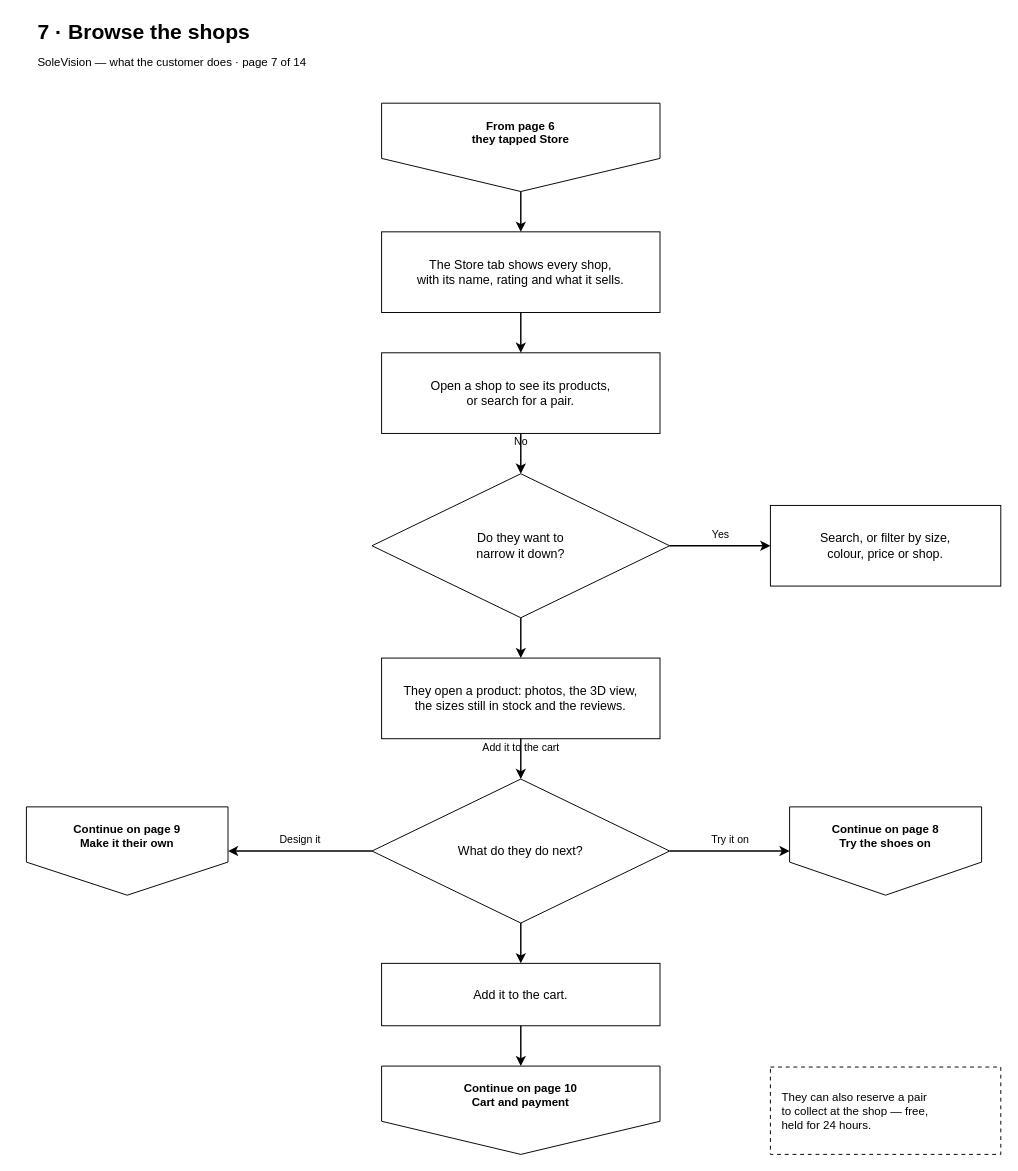
This is page "7 Browse the shops" (7 of 13) of docs/diagrams/customer-journey-flowchart.drawio from kibs06/CUF, a draw.io file, before an edit. Source tidied: cells renumbered, new cells numbered last; positions are measured from the earlier drawing's top-left corner, leaving out a move shared by most shapes. Both pictures are drawn from the tidied source at 96%, with x=0, y=0 at pixel (26, 18).
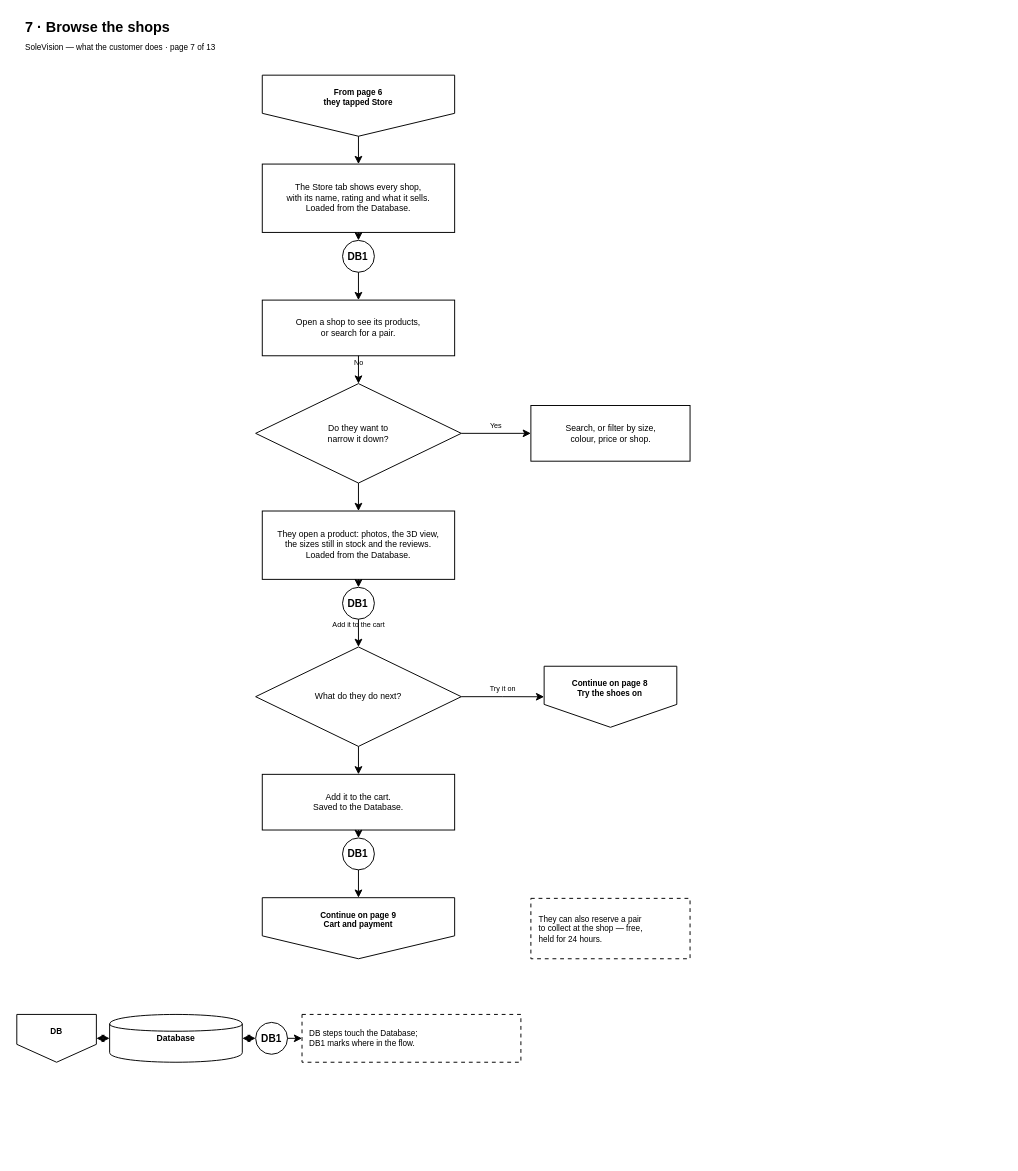
Above is the later version.

Change to the diagram source:
```diff
@@
-    <mxCell id="2" value="From page 6&lt;br&gt;they tapped Store" style="shape=offPageConnector;whiteSpace=wrap;html=1;fillColor=none;strokeColor=#000000;fontSize=12;fontStyle=1;fontColor=#000000;verticalAlign=top;spacingTop=10;perimeter=rectanglePerimeter;" parent="1" vertex="1">
-      <mxGeometry x="370" y="88" width="290" height="92" as="geometry" />
+    <mxCell id="2" value="From page 6&lt;br&gt;they tapped Store" style="shape=offPageConnector;whiteSpace=wrap;html=1;fillColor=none;strokeColor=light-dark(#000000,#FFFFFF);fontColor=light-dark(#000000,#FFFFFF);fontSize=8.5;fontStyle=1;verticalAlign=top;spacingTop=6.9;perimeter=rectanglePerimeter;" parent="1" vertex="1">
+      <mxGeometry x="245.7" y="58.8" width="200.4" height="63.6" as="geometry" />
     </mxCell>
-    <mxCell id="3" value="The Store tab shows every shop,&lt;br&gt;with its name, rating and what it sells." style="rounded=0;whiteSpace=wrap;html=1;fillColor=none;strokeColor=#000000;fontSize=13;fontColor=#000000;" parent="1" vertex="1">
-      <mxGeometry x="370" y="222" width="290" height="84" as="geometry" />
+    <mxCell id="3" value="The Store tab shows every shop,&lt;br&gt;with its name, rating and what it sells.&lt;br&gt;Loaded from the Database." style="rounded=0;whiteSpace=wrap;html=1;fillColor=none;strokeColor=light-dark(#000000,#FFFFFF);fontColor=light-dark(#000000,#FFFFFF);fontSize=9;" parent="1" vertex="1">
+      <mxGeometry x="245.7" y="151.4" width="200.4" height="71.2" as="geometry" />
     </mxCell>
+    <mxCell id="26" value="DB1" style="ellipse;whiteSpace=wrap;html=1;fillColor=none;strokeColor=light-dark(#000000,#FFFFFF);fontColor=light-dark(#000000,#FFFFFF);fontSize=10.5;fontStyle=1;perimeter=ellipsePerimeter;" parent="1" vertex="1">
+      <mxGeometry x="329.3" y="230.9" width="33.2" height="33.2" as="geometry" />
+    </mxCell>
-    <mxCell id="4" value="Open a shop to see its products,&lt;br&gt;or search for a pair." style="rounded=0;whiteSpace=wrap;html=1;fillColor=none;strokeColor=#000000;fontSize=13;fontColor=#000000;" parent="1" vertex="1">
-      <mxGeometry x="370" y="348" width="290" height="84" as="geometry" />
+    <mxCell id="4" value="Open a shop to see its products,&lt;br&gt;or search for a pair." style="rounded=0;whiteSpace=wrap;html=1;fillColor=none;strokeColor=light-dark(#000000,#FFFFFF);fontColor=light-dark(#000000,#FFFFFF);fontSize=9;" parent="1" vertex="1">
+      <mxGeometry x="245.7" y="293.1" width="200.4" height="58" as="geometry" />
     </mxCell>
-    <mxCell id="5" value="Do they want to&lt;br&gt;narrow it down?" style="rhombus;whiteSpace=wrap;html=1;fillColor=none;strokeColor=#000000;fontSize=13;fontColor=#000000;perimeter=rhombusPerimeter;" parent="1" vertex="1">
-      <mxGeometry x="360" y="474" width="310" height="150" as="geometry" />
+    <mxCell id="5" value="Do they want to&lt;br&gt;narrow it down?" style="rhombus;whiteSpace=wrap;html=1;fillColor=none;strokeColor=light-dark(#000000,#FFFFFF);fontColor=light-dark(#000000,#FFFFFF);fontSize=9;perimeter=rhombusPerimeter;" parent="1" vertex="1">
+      <mxGeometry x="238.8" y="380.1" width="214.2" height="103.6" as="geometry" />
     </mxCell>
-    <mxCell id="6" value="Search, or filter by size,&lt;br&gt;colour, price or shop." style="rounded=0;whiteSpace=wrap;html=1;fillColor=none;strokeColor=#000000;fontSize=13;fontColor=#000000;" parent="1" vertex="1">
-      <mxGeometry x="775" y="507" width="240" height="84" as="geometry" />
+    <mxCell id="6" value="Search, or filter by size,&lt;br&gt;colour, price or shop." style="rounded=0;whiteSpace=wrap;html=1;fillColor=none;strokeColor=light-dark(#000000,#FFFFFF);fontColor=light-dark(#000000,#FFFFFF);fontSize=9;" parent="1" vertex="1">
+      <mxGeometry x="525.5" y="402.9" width="165.8" height="58" as="geometry" />
     </mxCell>
-    <mxCell id="7" value="They open a product: photos, the 3D view,&lt;br&gt;the sizes still in stock and the reviews." style="rounded=0;whiteSpace=wrap;html=1;fillColor=none;strokeColor=#000000;fontSize=13;fontColor=#000000;" parent="1" vertex="1">
-      <mxGeometry x="370" y="666" width="290" height="84" as="geometry" />
+    <mxCell id="7" value="They open a product: photos, the 3D view,&lt;br&gt;the sizes still in stock and the reviews.&lt;br&gt;Loaded from the Database." style="rounded=0;whiteSpace=wrap;html=1;fillColor=none;strokeColor=light-dark(#000000,#FFFFFF);fontColor=light-dark(#000000,#FFFFFF);fontSize=9;" parent="1" vertex="1">
+      <mxGeometry x="245.7" y="512.8" width="200.4" height="71.2" as="geometry" />
     </mxCell>
+    <mxCell id="27" value="DB1" style="ellipse;whiteSpace=wrap;html=1;fillColor=none;strokeColor=light-dark(#000000,#FFFFFF);fontColor=light-dark(#000000,#FFFFFF);fontSize=10.5;fontStyle=1;perimeter=ellipsePerimeter;" parent="1" vertex="1">
+      <mxGeometry x="329.3" y="592.3" width="33.2" height="33.2" as="geometry" />
+    </mxCell>
-    <mxCell id="8" value="What do they do next?" style="rhombus;whiteSpace=wrap;html=1;fillColor=none;strokeColor=#000000;fontSize=13;fontColor=#000000;perimeter=rhombusPerimeter;" parent="1" vertex="1">
-      <mxGeometry x="360" y="792" width="310" height="150" as="geometry" />
+    <mxCell id="8" value="What do they do next?" style="rhombus;whiteSpace=wrap;html=1;fillColor=none;strokeColor=light-dark(#000000,#FFFFFF);fontColor=light-dark(#000000,#FFFFFF);fontSize=9;perimeter=rhombusPerimeter;" parent="1" vertex="1">
+      <mxGeometry x="238.8" y="654.4" width="214.2" height="103.6" as="geometry" />
     </mxCell>
-    <mxCell id="9" value="Continue on page 8&lt;br&gt;Try the shoes on" style="shape=offPageConnector;whiteSpace=wrap;html=1;fillColor=none;strokeColor=#000000;fontSize=12;fontStyle=1;fontColor=#000000;verticalAlign=top;spacingTop=10;perimeter=rectanglePerimeter;" parent="1" vertex="1">
-      <mxGeometry x="795" y="821" width="200" height="92" as="geometry" />
+    <mxCell id="9" value="Continue on page 8&lt;br&gt;Try the shoes on" style="shape=offPageConnector;whiteSpace=wrap;html=1;fillColor=none;strokeColor=light-dark(#000000,#FFFFFF);fontColor=light-dark(#000000,#FFFFFF);fontSize=8.5;fontStyle=1;verticalAlign=top;spacingTop=6.9;perimeter=rectanglePerimeter;" parent="1" vertex="1">
+      <mxGeometry x="539.3" y="674.5" width="138.2" height="63.6" as="geometry" />
     </mxCell>
-    <mxCell id="10" value="Continue on page 9&lt;br&gt;Make it their own" style="shape=offPageConnector;whiteSpace=wrap;html=1;fillColor=none;strokeColor=#000000;fontSize=12;fontStyle=1;fontColor=#000000;verticalAlign=top;spacingTop=10;perimeter=rectanglePerimeter;" parent="1" vertex="1">
-      <mxGeometry y="821" width="210" height="92" as="geometry" />
-    </mxCell>
-    <mxCell id="11" value="Add it to the cart." style="rounded=0;whiteSpace=wrap;html=1;fillColor=none;strokeColor=#000000;fontSize=13;fontColor=#000000;" parent="1" vertex="1">
-      <mxGeometry x="370" y="984" width="290" height="65" as="geometry" />
+    <mxCell id="11" value="Add it to the cart.&lt;br&gt;Saved to the Database." style="rounded=0;whiteSpace=wrap;html=1;fillColor=none;strokeColor=light-dark(#000000,#FFFFFF);fontColor=light-dark(#000000,#FFFFFF);fontSize=9;" parent="1" vertex="1">
+      <mxGeometry x="245.7" y="787.1" width="200.4" height="58" as="geometry" />
     </mxCell>
-    <mxCell id="12" value="Continue on page 10&lt;br&gt;Cart and payment" style="shape=offPageConnector;whiteSpace=wrap;html=1;fillColor=none;strokeColor=#000000;fontSize=12;fontStyle=1;fontColor=#000000;verticalAlign=top;spacingTop=10;perimeter=rectanglePerimeter;" parent="1" vertex="1">
-      <mxGeometry x="370" y="1091" width="290" height="92" as="geometry" />
-    </mxCell>
+    <mxCell id="28" value="DB1" style="ellipse;whiteSpace=wrap;html=1;fillColor=none;strokeColor=light-dark(#000000,#FFFFFF);fontColor=light-dark(#000000,#FFFFFF);fontSize=10.5;fontStyle=1;perimeter=ellipsePerimeter;" parent="1" vertex="1">
+      <mxGeometry x="329.3" y="853.4" width="33.2" height="33.2" as="geometry" />
+    </mxCell>
+    <mxCell id="29" value="Continue on page 9&lt;br&gt;Cart and payment" style="shape=offPageConnector;whiteSpace=wrap;html=1;fillColor=none;strokeColor=light-dark(#000000,#FFFFFF);fontColor=light-dark(#000000,#FFFFFF);fontSize=8.5;fontStyle=1;verticalAlign=top;spacingTop=6.9;perimeter=rectanglePerimeter;" parent="1" vertex="1">
+      <mxGeometry x="245.7" y="915.6" width="200.4" height="63.6" as="geometry" />
+    </mxCell>
-    <mxCell id="13" value="They can also reserve a pair&lt;br&gt;to collect at the shop — free,&lt;br&gt;held for 24 hours." style="rounded=0;whiteSpace=wrap;html=1;dashed=1;dashPattern=4 4;fillColor=none;strokeColor=#000000;fontSize=12;fontColor=#000000;align=left;verticalAlign=middle;spacingLeft=10;spacingRight=10;" parent="1" vertex="1">
-      <mxGeometry x="775" y="1092" width="240" height="91" as="geometry" />
+    <mxCell id="13" value="They can also reserve a pair&lt;br&gt;to collect at the shop — free,&lt;br&gt;held for 24 hours." style="rounded=0;whiteSpace=wrap;html=1;dashed=1;dashPattern=4 4;fillColor=none;strokeColor=light-dark(#000000,#FFFFFF);fontColor=light-dark(#000000,#FFFFFF);fontSize=8.5;align=left;verticalAlign=middle;spacingLeft=6.9;spacingRight=6.9;" parent="1" vertex="1">
+      <mxGeometry x="525.5" y="916.3" width="165.8" height="62.9" as="geometry" />
     </mxCell>
+    <mxCell id="30" value="DB" style="shape=offPageConnector;whiteSpace=wrap;html=1;fillColor=none;strokeColor=light-dark(#000000,#FFFFFF);fontColor=light-dark(#000000,#FFFFFF);fontSize=8.5;fontStyle=1;verticalAlign=top;spacingTop=6.9;perimeter=rectanglePerimeter;" parent="1" vertex="1">
+      <mxGeometry x="-10" y="1037.2" width="82.9" height="49.8" as="geometry" />
+    </mxCell>
+    <mxCell id="31" value="Database" style="shape=cylinder;whiteSpace=wrap;html=1;fillColor=none;strokeColor=light-dark(#000000,#FFFFFF);fontColor=light-dark(#000000,#FFFFFF);fontSize=9;fontStyle=1;" parent="1" vertex="1">
+      <mxGeometry x="86.7" y="1037.2" width="138.2" height="49.8" as="geometry" />
+    </mxCell>
+    <mxCell id="32" value="DB1" style="ellipse;whiteSpace=wrap;html=1;fillColor=none;strokeColor=light-dark(#000000,#FFFFFF);fontColor=light-dark(#000000,#FFFFFF);fontSize=10.5;fontStyle=1;perimeter=ellipsePerimeter;" parent="1" vertex="1">
+      <mxGeometry x="238.8" y="1045.5" width="33.2" height="33.2" as="geometry" />
+    </mxCell>
+    <mxCell id="33" value="DB steps touch the Database;&lt;br&gt;DB1 marks where in the flow." style="rounded=0;whiteSpace=wrap;html=1;dashed=1;dashPattern=4 4;fillColor=none;strokeColor=light-dark(#000000,#FFFFFF);fontColor=light-dark(#000000,#FFFFFF);fontSize=8.5;align=left;verticalAlign=middle;spacingLeft=6.9;spacingRight=6.9;" parent="1" vertex="1">
+      <mxGeometry x="287.1" y="1037.2" width="228" height="49.8" as="geometry" />
+    </mxCell>
-    <mxCell id="14" value="7 · Browse the shops" style="text;html=1;fontSize=22;fontStyle=1;align=left;verticalAlign=middle;fontColor=#000000;" parent="1" vertex="1">
-      <mxGeometry x="10" width="700" height="30" as="geometry" />
+    <mxCell id="14" value="7 · Browse the shops" style="text;html=1;fontSize=15;fontStyle=1;align=left;verticalAlign=middle;fontColor=light-dark(#000000,#FFFFFF);" parent="1" vertex="1">
+      <mxGeometry x="-3.1" y="-2" width="483.7" height="20.7" as="geometry" />
     </mxCell>
-    <mxCell id="15" value="SoleVision — what the customer does · page 7 of 14" style="text;html=1;fontSize=12;align=left;verticalAlign=middle;fontColor=#000000;" parent="1" vertex="1">
-      <mxGeometry x="10" y="34" width="700" height="24" as="geometry" />
+    <mxCell id="15" value="SoleVision — what the customer does · page 7 of 13" style="text;html=1;fontSize=8.5;align=left;verticalAlign=middle;fontColor=light-dark(#000000,#FFFFFF);" parent="1" vertex="1">
+      <mxGeometry x="-3.1" y="21.5" width="483.7" height="16.6" as="geometry" />
     </mxCell>
-    <mxCell id="16" style="edgeStyle=orthogonalEdgeStyle;rounded=1;html=1;endArrow=classic;endFill=1;strokeColor=#000000;strokeWidth=1.5;fontSize=11;fontColor=#000000;labelBackgroundColor=none;exitX=0.5;exitY=1;exitPerimeter=0;entryX=0.5;entryY=0;entryPerimeter=0;" parent="1" edge="1" source="2" target="3">
+    <mxCell id="16" style="edgeStyle=orthogonalEdgeStyle;rounded=0;html=1;endArrow=classic;endFill=1;strokeColor=light-dark(#000000,#FFFFFF);strokeWidth=1;fontSize=7.5;fontColor=light-dark(#000000,#FFFFFF);labelBackgroundColor=none;exitX=0.5;exitY=1;exitPerimeter=0;entryX=0.5;entryY=0;entryPerimeter=0;" parent="1" edge="1" source="2" target="3">
       <mxGeometry relative="1" as="geometry">
-        <mxPoint y="-12" as="offset" />
+        <mxPoint y="-8.3" as="offset" />
       </mxGeometry>
     </mxCell>
-    <mxCell id="17" style="edgeStyle=orthogonalEdgeStyle;rounded=1;html=1;endArrow=classic;endFill=1;strokeColor=#000000;strokeWidth=1.5;fontSize=11;fontColor=#000000;labelBackgroundColor=none;exitX=0.5;exitY=1;exitPerimeter=0;entryX=0.5;entryY=0;entryPerimeter=0;" parent="1" edge="1" source="3" target="4">
+    <mxCell id="17" style="edgeStyle=orthogonalEdgeStyle;rounded=0;html=1;endArrow=classic;endFill=1;strokeColor=light-dark(#000000,#FFFFFF);strokeWidth=1;fontSize=7.5;fontColor=light-dark(#000000,#FFFFFF);labelBackgroundColor=none;exitX=0.5;exitY=1;exitPerimeter=0;entryX=0.5;entryY=0;entryPerimeter=0;" parent="1" edge="1" source="3" target="26">
       <mxGeometry relative="1" as="geometry">
-        <mxPoint y="-12" as="offset" />
+        <mxPoint y="-8.3" as="offset" />
       </mxGeometry>
     </mxCell>
-    <mxCell id="18" value="No" style="edgeStyle=orthogonalEdgeStyle;rounded=1;html=1;endArrow=classic;endFill=1;strokeColor=#000000;strokeWidth=1.5;fontSize=11;fontColor=#000000;labelBackgroundColor=none;exitX=0.5;exitY=1;exitPerimeter=0;entryX=0.5;entryY=0;entryPerimeter=0;" parent="1" edge="1" source="4" target="5">
+    <mxCell id="18" style="edgeStyle=orthogonalEdgeStyle;rounded=0;html=1;endArrow=classic;endFill=1;strokeColor=light-dark(#000000,#FFFFFF);strokeWidth=1;fontSize=7.5;fontColor=light-dark(#000000,#FFFFFF);labelBackgroundColor=none;exitX=0.5;exitY=1;exitPerimeter=0;entryX=0.5;entryY=0;entryPerimeter=0;" parent="1" edge="1" source="26" target="4">
       <mxGeometry relative="1" as="geometry">
-        <mxPoint y="-12" as="offset" />
+        <mxPoint y="-8.3" as="offset" />
       </mxGeometry>
     </mxCell>
-    <mxCell id="19" value="Yes" style="edgeStyle=orthogonalEdgeStyle;rounded=1;html=1;endArrow=classic;endFill=1;strokeColor=#000000;strokeWidth=1.5;fontSize=11;fontColor=#000000;labelBackgroundColor=none;exitX=1;exitY=0.5;exitPerimeter=0;entryX=0;entryY=0.5;entryPerimeter=0;" parent="1" edge="1" source="5" target="6">
+    <mxCell id="19" value="No" style="edgeStyle=orthogonalEdgeStyle;rounded=0;html=1;endArrow=classic;endFill=1;strokeColor=light-dark(#000000,#FFFFFF);strokeWidth=1;fontSize=7.5;fontColor=light-dark(#000000,#FFFFFF);labelBackgroundColor=none;exitX=0.5;exitY=1;exitPerimeter=0;entryX=0.5;entryY=0;entryPerimeter=0;" parent="1" edge="1" source="4" target="5">
       <mxGeometry relative="1" as="geometry">
-        <mxPoint y="-12" as="offset" />
+        <mxPoint y="-8.3" as="offset" />
       </mxGeometry>
     </mxCell>
-    <mxCell id="20" style="edgeStyle=orthogonalEdgeStyle;rounded=1;html=1;endArrow=classic;endFill=1;strokeColor=#000000;strokeWidth=1.5;fontSize=11;fontColor=#000000;labelBackgroundColor=none;exitX=0.5;exitY=1;exitPerimeter=0;entryX=0.5;entryY=0;entryPerimeter=0;" parent="1" edge="1" source="5" target="7">
+    <mxCell id="20" value="Yes" style="edgeStyle=orthogonalEdgeStyle;rounded=0;html=1;endArrow=classic;endFill=1;strokeColor=light-dark(#000000,#FFFFFF);strokeWidth=1;fontSize=7.5;fontColor=light-dark(#000000,#FFFFFF);labelBackgroundColor=none;exitX=1;exitY=0.5;exitPerimeter=0;entryX=0;entryY=0.5;entryPerimeter=0;" parent="1" edge="1" source="5" target="6">
       <mxGeometry relative="1" as="geometry">
-        <mxPoint y="-12" as="offset" />
+        <mxPoint y="-8.3" as="offset" />
       </mxGeometry>
     </mxCell>
-    <mxCell id="21" value="Add it to the cart" style="edgeStyle=orthogonalEdgeStyle;rounded=1;html=1;endArrow=classic;endFill=1;strokeColor=#000000;strokeWidth=1.5;fontSize=11;fontColor=#000000;labelBackgroundColor=none;exitX=0.5;exitY=1;exitPerimeter=0;entryX=0.5;entryY=0;entryPerimeter=0;" parent="1" edge="1" source="7" target="8">
+    <mxCell id="21" style="edgeStyle=orthogonalEdgeStyle;rounded=0;html=1;endArrow=classic;endFill=1;strokeColor=light-dark(#000000,#FFFFFF);strokeWidth=1;fontSize=7.5;fontColor=light-dark(#000000,#FFFFFF);labelBackgroundColor=none;exitX=0.5;exitY=1;exitPerimeter=0;entryX=0.5;entryY=0;entryPerimeter=0;" parent="1" edge="1" source="5" target="7">
       <mxGeometry relative="1" as="geometry">
-        <mxPoint y="-12" as="offset" />
+        <mxPoint y="-8.3" as="offset" />
       </mxGeometry>
     </mxCell>
-    <mxCell id="22" value="Try it on" style="edgeStyle=orthogonalEdgeStyle;rounded=1;html=1;endArrow=classic;endFill=1;strokeColor=#000000;strokeWidth=1.5;fontSize=11;fontColor=#000000;labelBackgroundColor=none;exitX=1;exitY=0.5;exitPerimeter=0;entryX=0;entryY=0.5;entryPerimeter=0;" parent="1" edge="1" source="8" target="9">
+    <mxCell id="22" style="edgeStyle=orthogonalEdgeStyle;rounded=0;html=1;endArrow=classic;endFill=1;strokeColor=light-dark(#000000,#FFFFFF);strokeWidth=1;fontSize=7.5;fontColor=light-dark(#000000,#FFFFFF);labelBackgroundColor=none;exitX=0.5;exitY=1;exitPerimeter=0;entryX=0.5;entryY=0;entryPerimeter=0;" parent="1" edge="1" source="7" target="27">
       <mxGeometry relative="1" as="geometry">
-        <mxPoint y="-12" as="offset" />
+        <mxPoint y="-8.3" as="offset" />
       </mxGeometry>
     </mxCell>
-    <mxCell id="23" value="Design it" style="edgeStyle=orthogonalEdgeStyle;rounded=1;html=1;endArrow=classic;endFill=1;strokeColor=#000000;strokeWidth=1.5;fontSize=11;fontColor=#000000;labelBackgroundColor=none;exitX=0;exitY=0.5;exitPerimeter=0;entryX=1;entryY=0.5;entryPerimeter=0;" parent="1" edge="1" source="8" target="10">
+    <mxCell id="23" value="Add it to the cart" style="edgeStyle=orthogonalEdgeStyle;rounded=0;html=1;endArrow=classic;endFill=1;strokeColor=light-dark(#000000,#FFFFFF);strokeWidth=1;fontSize=7.5;fontColor=light-dark(#000000,#FFFFFF);labelBackgroundColor=none;exitX=0.5;exitY=1;exitPerimeter=0;entryX=0.5;entryY=0;entryPerimeter=0;" parent="1" edge="1" source="27" target="8">
       <mxGeometry relative="1" as="geometry">
-        <mxPoint y="-12" as="offset" />
+        <mxPoint y="-8.3" as="offset" />
       </mxGeometry>
     </mxCell>
-    <mxCell id="24" style="edgeStyle=orthogonalEdgeStyle;rounded=1;html=1;endArrow=classic;endFill=1;strokeColor=#000000;strokeWidth=1.5;fontSize=11;fontColor=#000000;labelBackgroundColor=none;exitX=0.5;exitY=1;exitPerimeter=0;entryX=0.5;entryY=0;entryPerimeter=0;" parent="1" edge="1" source="8" target="11">
+    <mxCell id="24" value="Try it on" style="edgeStyle=orthogonalEdgeStyle;rounded=0;html=1;endArrow=classic;endFill=1;strokeColor=light-dark(#000000,#FFFFFF);strokeWidth=1;fontSize=7.5;fontColor=light-dark(#000000,#FFFFFF);labelBackgroundColor=none;exitX=1;exitY=0.5;exitPerimeter=0;entryX=0;entryY=0.5;entryPerimeter=0;" parent="1" edge="1" source="8" target="9">
       <mxGeometry relative="1" as="geometry">
-        <mxPoint y="-12" as="offset" />
+        <mxPoint y="-8.3" as="offset" />
       </mxGeometry>
     </mxCell>
-    <mxCell id="25" style="edgeStyle=orthogonalEdgeStyle;rounded=1;html=1;endArrow=classic;endFill=1;strokeColor=#000000;strokeWidth=1.5;fontSize=11;fontColor=#000000;labelBackgroundColor=none;exitX=0.5;exitY=1;exitPerimeter=0;entryX=0.5;entryY=0;entryPerimeter=0;" parent="1" edge="1" source="11" target="12">
+    <mxCell id="25" style="edgeStyle=orthogonalEdgeStyle;rounded=0;html=1;endArrow=classic;endFill=1;strokeColor=light-dark(#000000,#FFFFFF);strokeWidth=1;fontSize=7.5;fontColor=light-dark(#000000,#FFFFFF);labelBackgroundColor=none;exitX=0.5;exitY=1;exitPerimeter=0;entryX=0.5;entryY=0;entryPerimeter=0;" parent="1" edge="1" source="8" target="11">
       <mxGeometry relative="1" as="geometry">
-        <mxPoint y="-12" as="offset" />
+        <mxPoint y="-8.3" as="offset" />
       </mxGeometry>
     </mxCell>
+    <mxCell id="34" style="edgeStyle=orthogonalEdgeStyle;rounded=0;html=1;endArrow=classic;endFill=1;strokeColor=light-dark(#000000,#FFFFFF);strokeWidth=1;fontSize=7.5;fontColor=light-dark(#000000,#FFFFFF);labelBackgroundColor=none;exitX=0.5;exitY=1;exitPerimeter=0;entryX=0.5;entryY=0;entryPerimeter=0;" parent="1" edge="1" source="11" target="28">
+      <mxGeometry relative="1" as="geometry">
+        <mxPoint y="-8.3" as="offset" />
+      </mxGeometry>
+    </mxCell>
+    <mxCell id="35" style="edgeStyle=orthogonalEdgeStyle;rounded=0;html=1;endArrow=classic;endFill=1;strokeColor=light-dark(#000000,#FFFFFF);strokeWidth=1;fontSize=7.5;fontColor=light-dark(#000000,#FFFFFF);labelBackgroundColor=none;exitX=0.5;exitY=1;exitPerimeter=0;entryX=0.5;entryY=0;entryPerimeter=0;" parent="1" edge="1" source="28" target="29">
+      <mxGeometry relative="1" as="geometry">
+        <mxPoint y="-8.3" as="offset" />
+      </mxGeometry>
+    </mxCell>
+    <mxCell id="36" style="edgeStyle=orthogonalEdgeStyle;rounded=0;html=1;endArrow=classic;endFill=1;strokeColor=light-dark(#000000,#FFFFFF);strokeWidth=1;fontSize=7.5;fontColor=light-dark(#000000,#FFFFFF);labelBackgroundColor=none;exitX=1;exitY=0.5;exitPerimeter=0;entryX=0;entryY=0.5;entryPerimeter=0;startArrow=classic;startFill=1;" parent="1" edge="1" source="30" target="31">
+      <mxGeometry relative="1" as="geometry">
+        <mxPoint y="-8.3" as="offset" />
+      </mxGeometry>
+    </mxCell>
+    <mxCell id="37" style="edgeStyle=orthogonalEdgeStyle;rounded=0;html=1;endArrow=classic;endFill=1;strokeColor=light-dark(#000000,#FFFFFF);strokeWidth=1;fontSize=7.5;fontColor=light-dark(#000000,#FFFFFF);labelBackgroundColor=none;exitX=1;exitY=0.5;exitPerimeter=0;entryX=0;entryY=0.5;entryPerimeter=0;startArrow=classic;startFill=1;" parent="1" edge="1" source="31" target="32">
+      <mxGeometry relative="1" as="geometry">
+        <mxPoint y="-8.3" as="offset" />
+      </mxGeometry>
+    </mxCell>
+    <mxCell id="38" style="edgeStyle=orthogonalEdgeStyle;rounded=0;html=1;endArrow=classic;endFill=1;strokeColor=light-dark(#000000,#FFFFFF);strokeWidth=1;fontSize=7.5;fontColor=light-dark(#000000,#FFFFFF);labelBackgroundColor=none;exitX=1;exitY=0.5;exitPerimeter=0;entryX=0;entryY=0.5;entryPerimeter=0;" parent="1" edge="1" source="32" target="33">
+      <mxGeometry relative="1" as="geometry">
+        <mxPoint y="-8.3" as="offset" />
+      </mxGeometry>
+    </mxCell>
```
